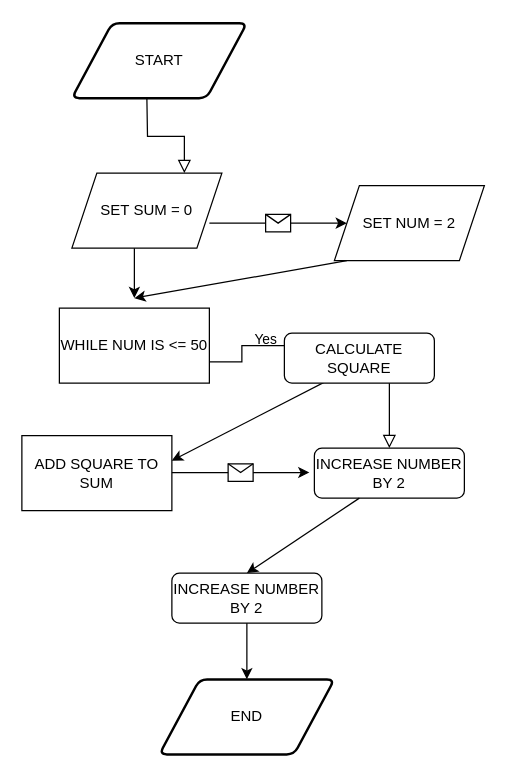
majestyfx/devv keeps this draw.io diagram as Untitled Diagram.drawio. Above is the earlier version. Source tidied: cells renumbered, new cells numbered last; positions are measured from the earlier drawing's top-left corner, leaving out a move shared by most shapes. Both pictures are drawn from the tidied source at 125%, with x=0, y=0 at pixel (21, 22).
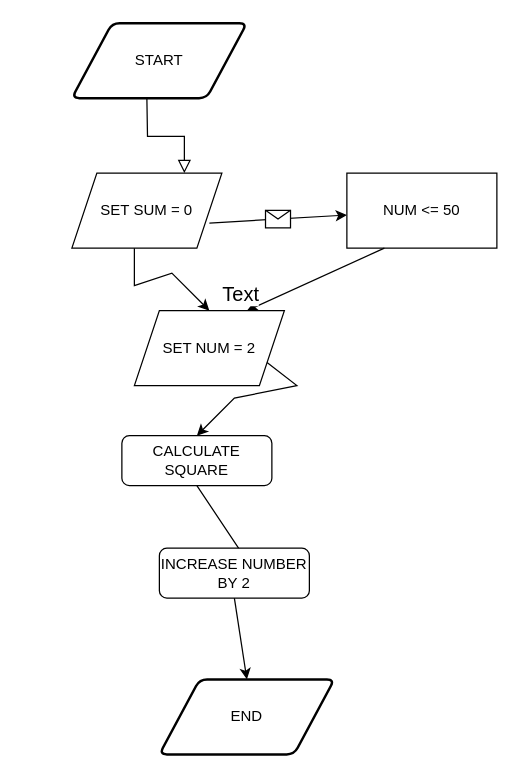
The same diagram, later.

Diff of the diagram source:
```diff
@@
+    <mxCell id="15" style="endArrow=classic;html=1;rounded=0;entryX=0.5;entryY=1;entryDx=0;entryDy=0;exitX=0.5;exitY=1;exitDx=0;exitDy=0;" parent="1" edge="1" source="17" target="18">
+      <mxGeometry relative="1" as="geometry">
+        <Array as="points">
+          <mxPoint x="180" y="430" />
+        </Array>
+      </mxGeometry>
+    </mxCell>
@@
-    <mxCell id="3" value="Yes" style="edgeStyle=orthogonalEdgeStyle;rounded=0;html=1;jettySize=auto;fontSize=11;endArrow=block;endFill=0;endSize=8;strokeWidth=1;shadow=0;labelBackgroundColor=none;" parent="1" edge="1" target="4">
-      <mxGeometry x="-0.51" y="5" relative="1" as="geometry">
-        <mxPoint x="150" y="270" as="sourcePoint" />
-        <Array as="points">
-          <mxPoint x="150" y="271" />
-          <mxPoint x="176" y="271" />
-          <mxPoint x="176" y="258" />
-        </Array>
-      </mxGeometry>
-    </mxCell>
-    <mxCell id="4" value="INCREASE NUMBER BY 2" style="rounded=1;whiteSpace=wrap;html=1;fontSize=12;glass=0;strokeWidth=1;shadow=0;" parent="1" vertex="1">
-      <mxGeometry x="234" y="340" width="120" height="40" as="geometry" />
-    </mxCell>
@@
     <mxCell id="6" value="SET NUM = 2" style="shape=parallelogram;perimeter=parallelogramPerimeter;whiteSpace=wrap;html=1;fixedSize=1;" parent="1" vertex="1">
-      <mxGeometry x="250" y="130" width="120" height="60" as="geometry" />
+      <mxGeometry x="90" y="230" width="120" height="60" as="geometry" />
     </mxCell>
-    <mxCell id="7" style="endArrow=classic;html=1;rounded=0;" parent="1" edge="1">
-      <mxGeometry relative="1" as="geometry">
-        <mxPoint x="260" y="190" as="sourcePoint" />
-        <mxPoint x="90" y="220" as="targetPoint" />
-      </mxGeometry>
-    </mxCell>
-    <mxCell id="8" value="WHILE NUM IS &amp;lt;= 50" style="rounded=0;whiteSpace=wrap;html=1;" parent="1" vertex="1">
-      <mxGeometry x="30" y="228" width="120" height="60" as="geometry" />
-    </mxCell>
-    <mxCell id="9" style="endArrow=classic;html=1;rounded=0;entryX=0;entryY=0.5;entryDx=0;entryDy=0;" parent="1" edge="1" target="6">
+    <mxCell id="9" style="endArrow=classic;html=1;rounded=0;" parent="1" edge="1" target="8">
       <mxGeometry relative="1" as="geometry">
         <mxPoint x="150" y="160" as="sourcePoint" />
       </mxGeometry>
     </mxCell>
@@
-    <mxCell id="11" style="endArrow=classic;html=1;rounded=0;" parent="1" edge="1">
+    <mxCell id="11" style="endArrow=classic;html=1;rounded=0;entryX=0.5;entryY=0;entryDx=0;entryDy=0;" parent="1" edge="1" target="6">
       <mxGeometry relative="1" as="geometry">
         <mxPoint x="90" y="180" as="sourcePoint" />
-        <mxPoint x="90" y="220" as="targetPoint" />
         <Array as="points">
           <mxPoint x="90" y="200" />
           <mxPoint x="90" y="210" />
+          <mxPoint x="120" y="200" />
         </Array>
       </mxGeometry>
     </mxCell>
@@
-    <mxCell id="13" style="endArrow=classic;html=1;rounded=0;" parent="1" edge="1">
-      <mxGeometry relative="1" as="geometry">
-        <mxPoint x="260" y="278" as="sourcePoint" />
-        <mxPoint x="120" y="350" as="targetPoint" />
-      </mxGeometry>
-    </mxCell>
-    <mxCell id="14" value="ADD SQUARE TO SUM" style="rounded=0;whiteSpace=wrap;html=1;" parent="1" vertex="1">
-      <mxGeometry y="330" width="120" height="60" as="geometry" />
-    </mxCell>
-    <mxCell id="15" style="endArrow=classic;html=1;rounded=0;entryX=0;entryY=0.5;entryDx=0;entryDy=0;" parent="1" edge="1">
-      <mxGeometry relative="1" as="geometry">
-        <mxPoint x="120" y="359.5" as="sourcePoint" />
-        <mxPoint x="230" y="359.5" as="targetPoint" />
-      </mxGeometry>
-    </mxCell>
-    <mxCell id="16" style="shape=message;html=1;" parent="15" vertex="1">
-      <mxGeometry width="20" height="14" relative="1" as="geometry">
-        <mxPoint x="-10" y="-7" as="offset" />
-      </mxGeometry>
-    </mxCell>
-    <mxCell id="17" value="CALCULATE SQUARE" style="rounded=1;whiteSpace=wrap;html=1;fontSize=12;glass=0;strokeWidth=1;shadow=0;" parent="1" vertex="1">
-      <mxGeometry x="210" y="248" width="120" height="40" as="geometry" />
-    </mxCell>
     <mxCell id="18" value="INCREASE NUMBER BY 2" style="rounded=1;whiteSpace=wrap;html=1;fontSize=12;glass=0;strokeWidth=1;shadow=0;" parent="1" vertex="1">
-      <mxGeometry x="120" y="440" width="120" height="40" as="geometry" />
+      <mxGeometry x="110" y="420" width="120" height="40" as="geometry" />
     </mxCell>
-    <mxCell id="19" style="endArrow=classic;html=1;rounded=0;entryX=0.5;entryY=0;entryDx=0;entryDy=0;" parent="1" edge="1" target="18">
-      <mxGeometry relative="1" as="geometry">
-        <mxPoint x="270" y="380" as="sourcePoint" />
-      </mxGeometry>
-    </mxCell>
@@
+    <mxCell id="22" style="endArrow=classic;html=1;rounded=0;entryX=0;entryY=0.5;entryDx=0;entryDy=0;" parent="1" edge="1" target="17">
+      <mxGeometry relative="1" as="geometry">
+        <mxPoint x="120" y="359.5" as="sourcePoint" />
+      </mxGeometry>
+    </mxCell>
+    <mxCell id="23" style="shape=message;html=1;" parent="22" vertex="1">
+      <mxGeometry width="20" height="14" relative="1" as="geometry">
+        <mxPoint x="-10" y="-7" as="offset" />
+      </mxGeometry>
+    </mxCell>
+    <mxCell id="17" value="CALCULATE SQUARE" style="rounded=1;whiteSpace=wrap;html=1;fontSize=12;glass=0;strokeWidth=1;shadow=0;" parent="1" vertex="1">
+      <mxGeometry x="80" y="330" width="120" height="40" as="geometry" />
+    </mxCell>
+    <mxCell id="19" style="endArrow=classic;html=1;rounded=0;exitX=1;exitY=0.75;exitDx=0;exitDy=0;entryX=0.5;entryY=0;entryDx=0;entryDy=0;" parent="1" edge="1" source="6" target="17">
+      <mxGeometry relative="1" as="geometry">
+        <Array as="points">
+          <mxPoint x="220" y="290" />
+          <mxPoint x="170" y="300" />
+        </Array>
+      </mxGeometry>
+    </mxCell>
+    <mxCell id="8" value="NUM &amp;lt;= 50" style="rounded=0;whiteSpace=wrap;html=1;" parent="1" vertex="1">
+      <mxGeometry x="260" y="120" width="120" height="60" as="geometry" />
+    </mxCell>
+    <mxCell id="7" style="endArrow=classic;html=1;rounded=0;exitX=0.25;exitY=1;exitDx=0;exitDy=0;entryX=0.75;entryY=0;entryDx=0;entryDy=0;" parent="1" edge="1" source="8" target="6">
+      <mxGeometry relative="1" as="geometry" />
+    </mxCell>
+    <mxCell id="24" value="Text" style="edgeLabel;html=1;align=center;verticalAlign=middle;fontSize=16;" parent="7" vertex="1">
+      <mxGeometry x="0.99" y="-14" relative="1" as="geometry" />
+    </mxCell>
```
